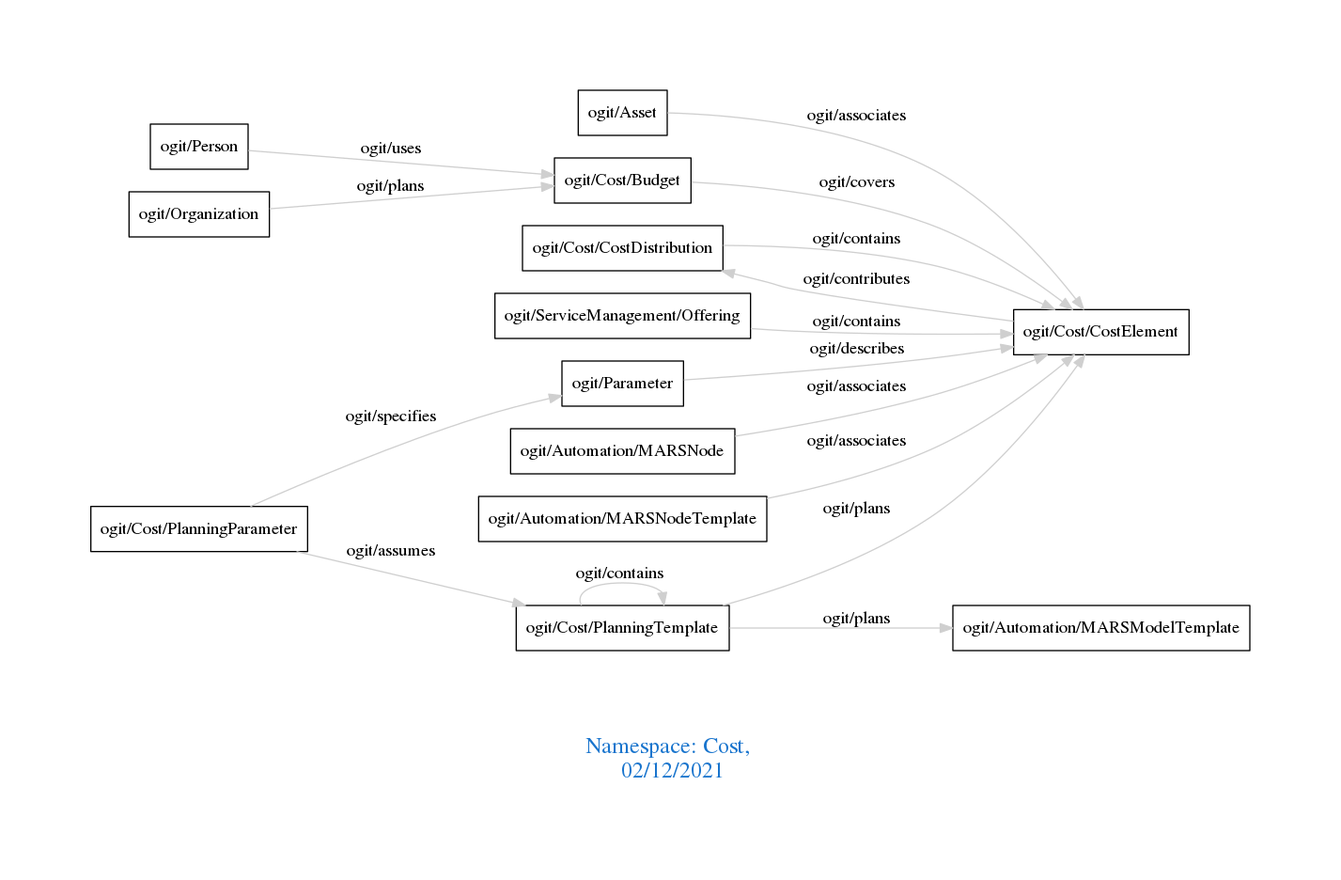
This is downloads/Cost.png from arago/OGIT, a Graphviz export, as it was before one commit. Its source is kept beside it as downloads/Cost.dot.
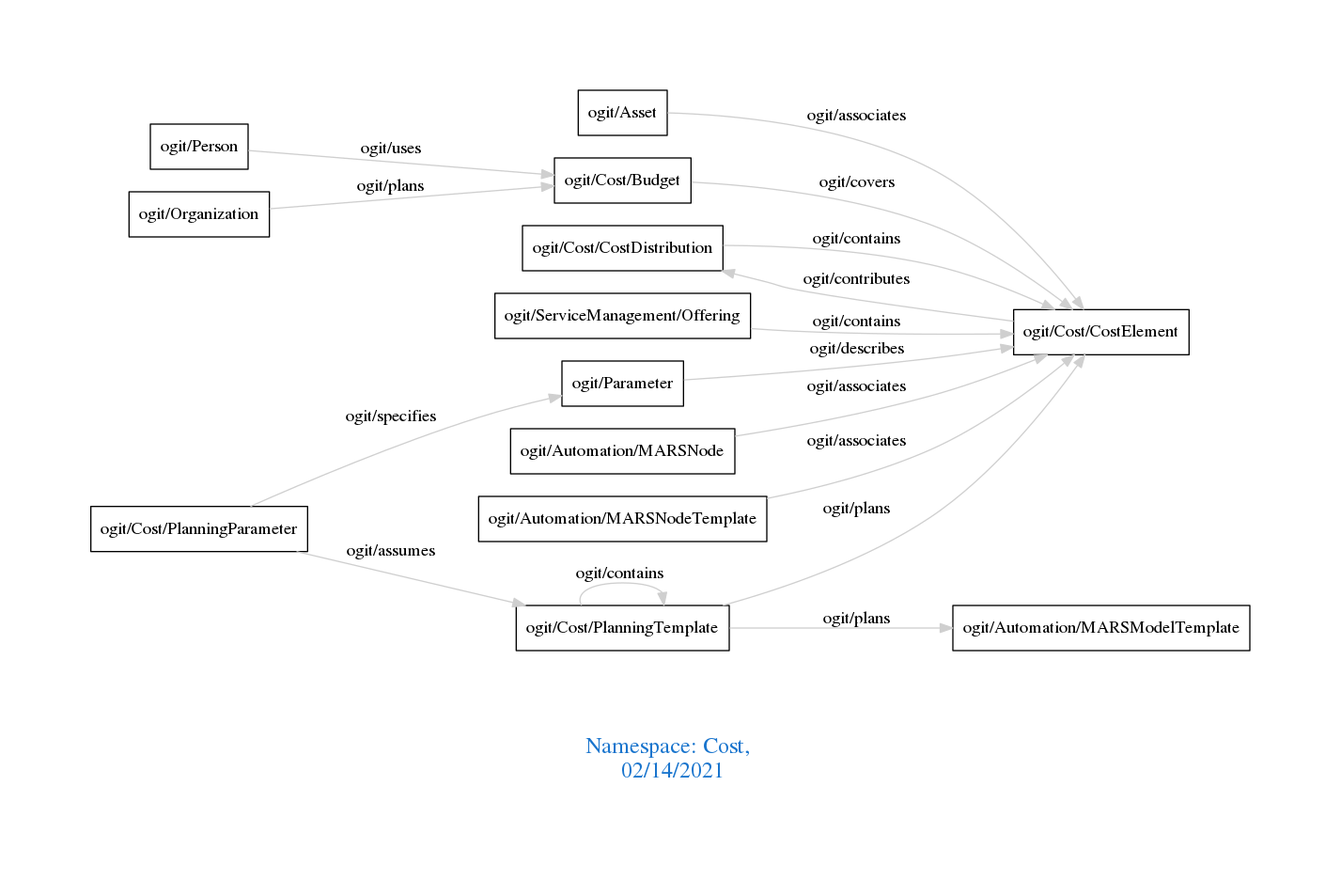
The same diagram one commit later.

Diff of the diagram source:
```diff
@@ -1,7 +1,7 @@
 digraph OGIT_ontology {
  graph [ rankdir= LR,pad=1
 fontsize = 18,
-fontcolor= dodgerblue3,label = "\n\n\nNamespace: Cost, \n 02/12/2021"];
+fontcolor= dodgerblue3,label = "\n\n\nNamespace: Cost, \n 02/14/2021"];
 node[shape=polygon];
 edge [  color="gray81"];
 
```
